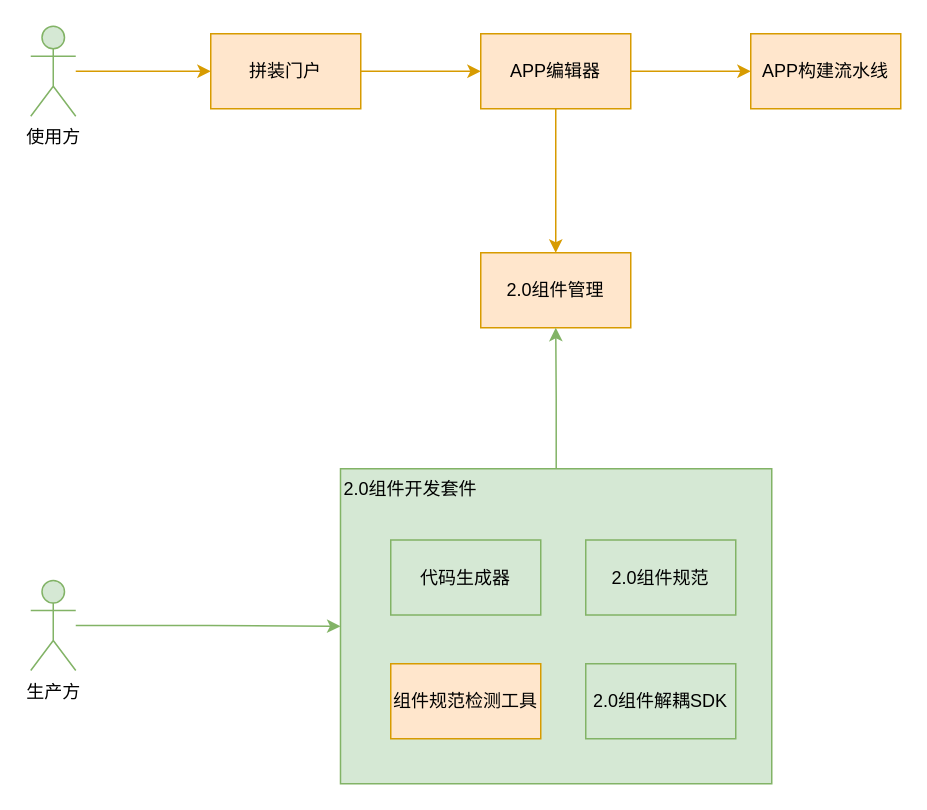
kwhitestone/drawio keeps this draw.io diagram as apf-appfactory-editor.drawio. Above is the earlier version. Source tidied: cells renumbered, new cells numbered last; positions are measured from the earlier drawing's top-left corner, leaving out a move shared by most shapes. Both pictures are drawn from the tidied source at 150%, with x=0, y=0 at pixel (30, 26).
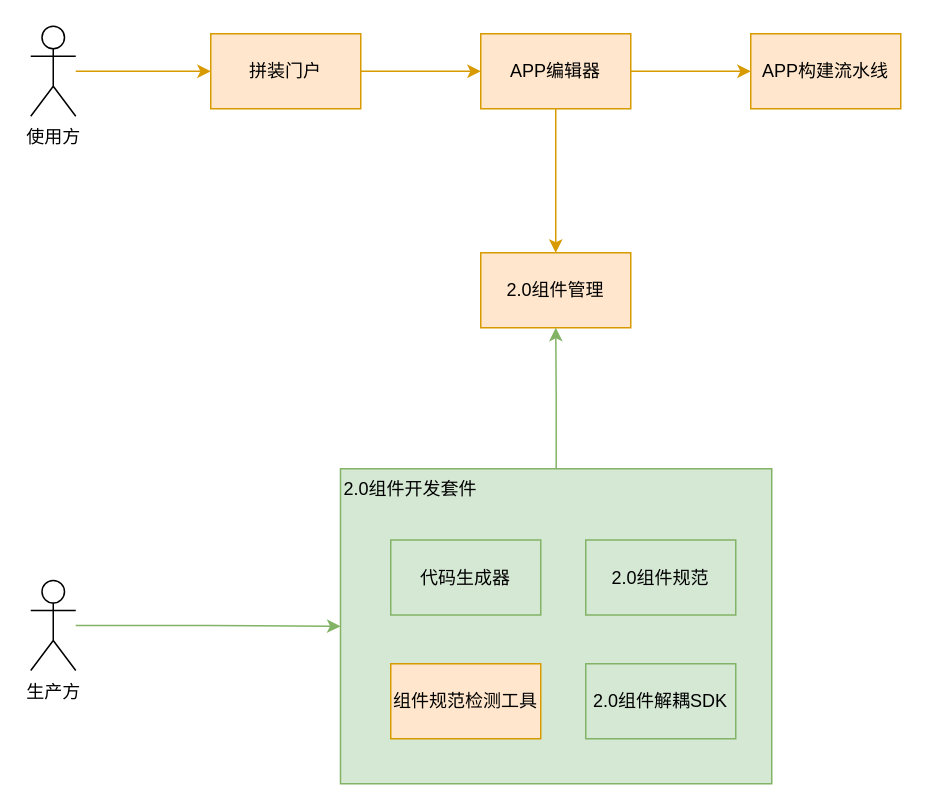
Above is the later version.

Change to the diagram source:
```diff
@@
 <mxGraphModel>
   <root>
     <mxCell id="0" />
     <mxCell id="1" parent="0" />
     <mxCell id="2" style="edgeStyle=orthogonalEdgeStyle;rounded=0;jettySize=auto;html=1;entryX=0;entryY=0.5;entryDx=0;entryDy=0;fillColor=#ffe6cc;strokeColor=#d79b00;" parent="1" edge="1" source="3" target="8">
       <mxGeometry relative="1" as="geometry" />
     </mxCell>
     <mxCell id="3" value="拼装门户" style="rounded=0;whiteSpace=wrap;html=1;fillColor=#ffe6cc;strokeColor=#d79b00;" parent="1" vertex="1">
       <mxGeometry x="120" y="5" width="100" height="50" as="geometry" />
     </mxCell>
     <mxCell id="4" style="edgeStyle=orthogonalEdgeStyle;rounded=0;jettySize=auto;html=1;entryX=0;entryY=0.5;entryDx=0;entryDy=0;fillColor=#ffe6cc;strokeColor=#d79b00;" parent="1" edge="1" source="5" target="3">
       <mxGeometry relative="1" as="geometry" />
     </mxCell>
-    <mxCell id="5" value="使用方" style="shape=umlActor;verticalLabelPosition=bottom;verticalAlign=top;html=1;outlineConnect=0;fillColor=#d5e8d4;strokeColor=#82b366;" parent="1" vertex="1">
+    <mxCell id="5" value="使用方" style="shape=umlActor;verticalLabelPosition=bottom;verticalAlign=top;html=1;outlineConnect=0;" parent="1" vertex="1">
       <mxGeometry width="30" height="60" as="geometry" />
     </mxCell>
     <mxCell id="6" style="edgeStyle=orthogonalEdgeStyle;rounded=0;jettySize=auto;html=1;fillColor=#ffe6cc;strokeColor=#d79b00;" parent="1" edge="1" source="8" target="9">
       <mxGeometry relative="1" as="geometry" />
     </mxCell>
     <mxCell id="7" style="edgeStyle=orthogonalEdgeStyle;rounded=0;jettySize=auto;html=1;entryX=0;entryY=0.5;entryDx=0;entryDy=0;fillColor=#ffe6cc;strokeColor=#d79b00;" parent="1" edge="1" source="8" target="10">
       <mxGeometry relative="1" as="geometry" />
     </mxCell>
     <mxCell id="8" value="APP编辑器" style="rounded=0;whiteSpace=wrap;html=1;fillColor=#ffe6cc;strokeColor=#d79b00;" parent="1" vertex="1">
       <mxGeometry x="300" y="5" width="100" height="50" as="geometry" />
     </mxCell>
     <mxCell id="9" value="2.0组件管理" style="rounded=0;whiteSpace=wrap;html=1;fillColor=#ffe6cc;strokeColor=#d79b00;" parent="1" vertex="1">
       <mxGeometry x="300" y="151" width="100" height="50" as="geometry" />
     </mxCell>
     <mxCell id="10" value="APP构建流水线" style="rounded=0;whiteSpace=wrap;html=1;fillColor=#ffe6cc;strokeColor=#d79b00;" parent="1" vertex="1">
       <mxGeometry x="480" y="5" width="100" height="50" as="geometry" />
     </mxCell>
     <mxCell id="11" style="edgeStyle=orthogonalEdgeStyle;rounded=0;jettySize=auto;html=1;entryX=0;entryY=0.5;entryDx=0;entryDy=0;fillColor=#d5e8d4;strokeColor=#82b366;" parent="1" edge="1" source="12" target="14">
       <mxGeometry relative="1" as="geometry" />
     </mxCell>
-    <mxCell id="12" value="生产方" style="shape=umlActor;verticalLabelPosition=bottom;verticalAlign=top;html=1;outlineConnect=0;fillColor=#d5e8d4;strokeColor=#82b366;" parent="1" vertex="1">
+    <mxCell id="12" value="生产方" style="shape=umlActor;verticalLabelPosition=bottom;verticalAlign=top;html=1;outlineConnect=0;" parent="1" vertex="1">
       <mxGeometry y="369.5" width="30" height="60" as="geometry" />
     </mxCell>
     <mxCell id="13" style="edgeStyle=orthogonalEdgeStyle;rounded=0;jettySize=auto;html=1;entryX=0.5;entryY=1;entryDx=0;entryDy=0;fillColor=#d5e8d4;strokeColor=#82b366;" parent="1" edge="1" source="14" target="9">
       <mxGeometry relative="1" as="geometry" />
     </mxCell>
     <mxCell id="14" value="2.0组件开发套件" style="rounded=0;whiteSpace=wrap;html=1;align=left;verticalAlign=top;fillColor=#d5e8d4;strokeColor=#82b366;" parent="1" vertex="1">
       <mxGeometry x="206.5" y="295" width="287.5" height="210" as="geometry" />
     </mxCell>
     <mxCell id="15" value="代码生成器" style="rounded=0;whiteSpace=wrap;html=1;fillColor=#d5e8d4;strokeColor=#82b366;" parent="1" vertex="1">
       <mxGeometry x="240" y="342.5" width="100" height="50" as="geometry" />
     </mxCell>
     <mxCell id="16" value="2.0组件规范" style="rounded=0;whiteSpace=wrap;html=1;fillColor=#d5e8d4;strokeColor=#82b366;" parent="1" vertex="1">
       <mxGeometry x="370" y="342.5" width="100" height="50" as="geometry" />
     </mxCell>
     <mxCell id="17" value="组件规范检测工具" style="rounded=0;whiteSpace=wrap;html=1;fillColor=#ffe6cc;strokeColor=#d79b00;" parent="1" vertex="1">
       <mxGeometry x="240" y="425" width="100" height="50" as="geometry" />
     </mxCell>
     <mxCell id="18" value="2.0组件解耦SDK" style="rounded=0;whiteSpace=wrap;html=1;fillColor=#d5e8d4;strokeColor=#82b366;" parent="1" vertex="1">
       <mxGeometry x="370" y="425" width="100" height="50" as="geometry" />
     </mxCell>
   </root>
 </mxGraphModel>
```
